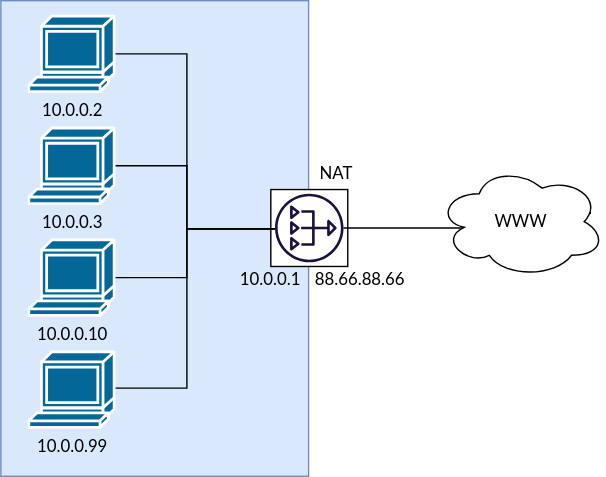
Above: source/docs/networking/networking-introduction/diagrams/nat.drawio.svg in wpilibsuite/frc-docs (draw.io), before the change. Source tidied: cells renumbered, new cells last; positions are measured from the earlier drawing's top-left corner, leaving out a move shared by most shapes. Source of this version:
```xml
<mxGraphModel>
  <root>
    <mxCell id="0" />
    <mxCell id="1" parent="0" />
    <mxCell id="2" style="rounded=0;whiteSpace=wrap;html=1;fillColor=#dae8fc;strokeColor=#6c8ebf;fontFamily=Lato;" parent="1" vertex="1">
      <mxGeometry width="220" height="340" as="geometry" />
    </mxCell>
    <mxCell id="3" style="whiteSpace=wrap;html=1;fillColor=#FFFFFF;fontFamily=Lato;" parent="1" vertex="1">
      <mxGeometry x="193" y="135" width="55" height="55" as="geometry" />
    </mxCell>
    <mxCell id="4" style="edgeStyle=orthogonalEdgeStyle;rounded=0;jettySize=auto;html=1;endArrow=none;endFill=0;fontFamily=Lato;" parent="1" edge="1" source="5" target="13">
      <mxGeometry relative="1" as="geometry">
        <Array as="points">
          <mxPoint x="133" y="38" />
          <mxPoint x="133" y="163" />
        </Array>
      </mxGeometry>
    </mxCell>
    <mxCell id="5" value="10.0.0.2" style="shape=mxgraph.cisco.computers_and_peripherals.terminal;html=1;dashed=0;fillColor=#036897;strokeColor=#ffffff;strokeWidth=2;verticalLabelPosition=bottom;verticalAlign=top;align=center;outlineConnect=0;fontFamily=Lato;" parent="1" vertex="1">
      <mxGeometry x="20" y="11" width="61" height="54" as="geometry" />
    </mxCell>
    <mxCell id="6" style="edgeStyle=orthogonalEdgeStyle;rounded=0;jettySize=auto;html=1;endArrow=none;endFill=0;fontFamily=Lato;" parent="1" edge="1" source="7" target="13">
      <mxGeometry relative="1" as="geometry">
        <Array as="points">
          <mxPoint x="133" y="118" />
          <mxPoint x="133" y="163" />
        </Array>
      </mxGeometry>
    </mxCell>
    <mxCell id="7" value="10.0.0.3" style="shape=mxgraph.cisco.computers_and_peripherals.terminal;html=1;dashed=0;fillColor=#036897;strokeColor=#ffffff;strokeWidth=2;verticalLabelPosition=bottom;verticalAlign=top;align=center;outlineConnect=0;fontFamily=Lato;" parent="1" vertex="1">
      <mxGeometry x="20" y="91" width="61" height="54" as="geometry" />
    </mxCell>
    <mxCell id="8" style="edgeStyle=orthogonalEdgeStyle;rounded=0;jettySize=auto;html=1;endArrow=none;endFill=0;fontFamily=Lato;" parent="1" edge="1" source="9" target="13">
      <mxGeometry relative="1" as="geometry">
        <Array as="points">
          <mxPoint x="133" y="198" />
          <mxPoint x="133" y="163" />
        </Array>
      </mxGeometry>
    </mxCell>
    <mxCell id="9" value="10.0.0.10" style="shape=mxgraph.cisco.computers_and_peripherals.terminal;html=1;dashed=0;fillColor=#036897;strokeColor=#ffffff;strokeWidth=2;verticalLabelPosition=bottom;verticalAlign=top;align=center;outlineConnect=0;fontFamily=Lato;" parent="1" vertex="1">
      <mxGeometry x="20" y="171" width="61" height="54" as="geometry" />
    </mxCell>
    <mxCell id="10" style="edgeStyle=orthogonalEdgeStyle;rounded=0;jettySize=auto;html=1;endArrow=none;endFill=0;fontFamily=Lato;" parent="1" edge="1" source="11" target="13">
      <mxGeometry relative="1" as="geometry">
        <Array as="points">
          <mxPoint x="133" y="277" />
          <mxPoint x="133" y="163" />
        </Array>
      </mxGeometry>
    </mxCell>
    <mxCell id="11" value="10.0.0.99" style="shape=mxgraph.cisco.computers_and_peripherals.terminal;html=1;dashed=0;fillColor=#036897;strokeColor=#ffffff;strokeWidth=2;verticalLabelPosition=bottom;verticalAlign=top;align=center;outlineConnect=0;fontFamily=Lato;" parent="1" vertex="1">
      <mxGeometry x="20" y="251" width="61" height="54" as="geometry" />
    </mxCell>
    <mxCell id="12" style="edgeStyle=orthogonalEdgeStyle;rounded=0;jettySize=auto;html=1;endArrow=none;endFill=0;entryX=0.912;entryY=0.365;entryDx=0;entryDy=0;entryPerimeter=0;fontFamily=Lato;" parent="1" edge="1" source="13" target="17">
      <mxGeometry relative="1" as="geometry">
        <Array as="points">
          <mxPoint x="363" y="163" />
          <mxPoint x="363" y="152" />
        </Array>
      </mxGeometry>
    </mxCell>
    <mxCell id="13" style="outlineConnect=0;fontColor=#232F3E;gradientColor=none;fillColor=#1D103B;strokeColor=none;dashed=0;verticalLabelPosition=bottom;verticalAlign=top;align=center;html=1;fontSize=12;fontStyle=0;shape=mxgraph.aws4.nat_gateway;fontFamily=Lato;" parent="1" vertex="1">
      <mxGeometry x="196" y="138" width="49" height="49" as="geometry" />
    </mxCell>
    <mxCell id="14" value="NAT" style="text;html=1;strokeColor=none;fillColor=none;align=center;verticalAlign=middle;whiteSpace=wrap;rounded=0;fontFamily=Lato;" parent="1" vertex="1">
      <mxGeometry x="220" y="114" width="40" height="20" as="geometry" />
    </mxCell>
    <mxCell id="15" value="10.0.0.1" style="text;html=1;strokeColor=none;fillColor=none;align=center;verticalAlign=middle;whiteSpace=wrap;rounded=0;fontFamily=Lato;" parent="1" vertex="1">
      <mxGeometry x="173" y="190" width="40" height="20" as="geometry" />
    </mxCell>
    <mxCell id="16" value="88.66.88.66" style="text;html=1;strokeColor=none;fillColor=none;align=center;verticalAlign=middle;whiteSpace=wrap;rounded=0;fontFamily=Lato;" parent="1" vertex="1">
      <mxGeometry x="237" y="190" width="40" height="20" as="geometry" />
    </mxCell>
    <mxCell id="17" value="WWW" style="ellipse;shape=cloud;whiteSpace=wrap;html=1;fillColor=#FFFFFF;fontFamily=Lato;" parent="1" vertex="1">
      <mxGeometry x="312" y="118" width="120" height="80" as="geometry" />
    </mxCell>
  </root>
</mxGraphModel>
```
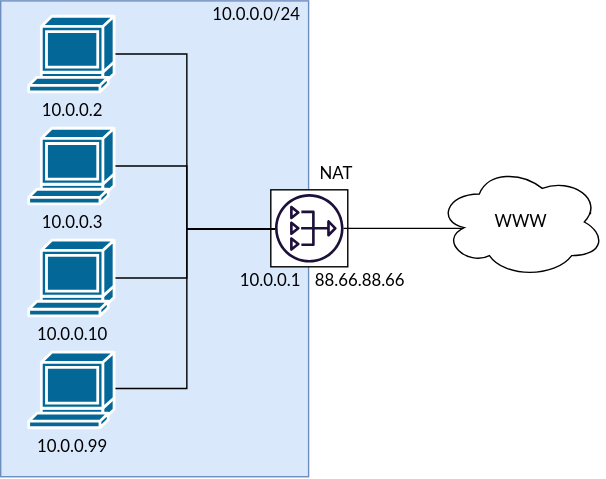
The same file after the commit.

The edit, as a diff of the source:
```diff
@@ -75,5 +75,8 @@
     <mxCell id="17" value="WWW" style="ellipse;shape=cloud;whiteSpace=wrap;html=1;fillColor=#FFFFFF;fontFamily=Lato;" parent="1" vertex="1">
       <mxGeometry x="312" y="118" width="120" height="80" as="geometry" />
     </mxCell>
+    <mxCell id="18" value="10.0.0.0/24" style="text;html=1;strokeColor=none;fillColor=none;align=center;verticalAlign=middle;whiteSpace=wrap;rounded=0;fontFamily=Lato;" parent="1" vertex="1">
+      <mxGeometry x="163" width="40" height="20" as="geometry" />
+    </mxCell>
   </root>
 </mxGraphModel>
```
